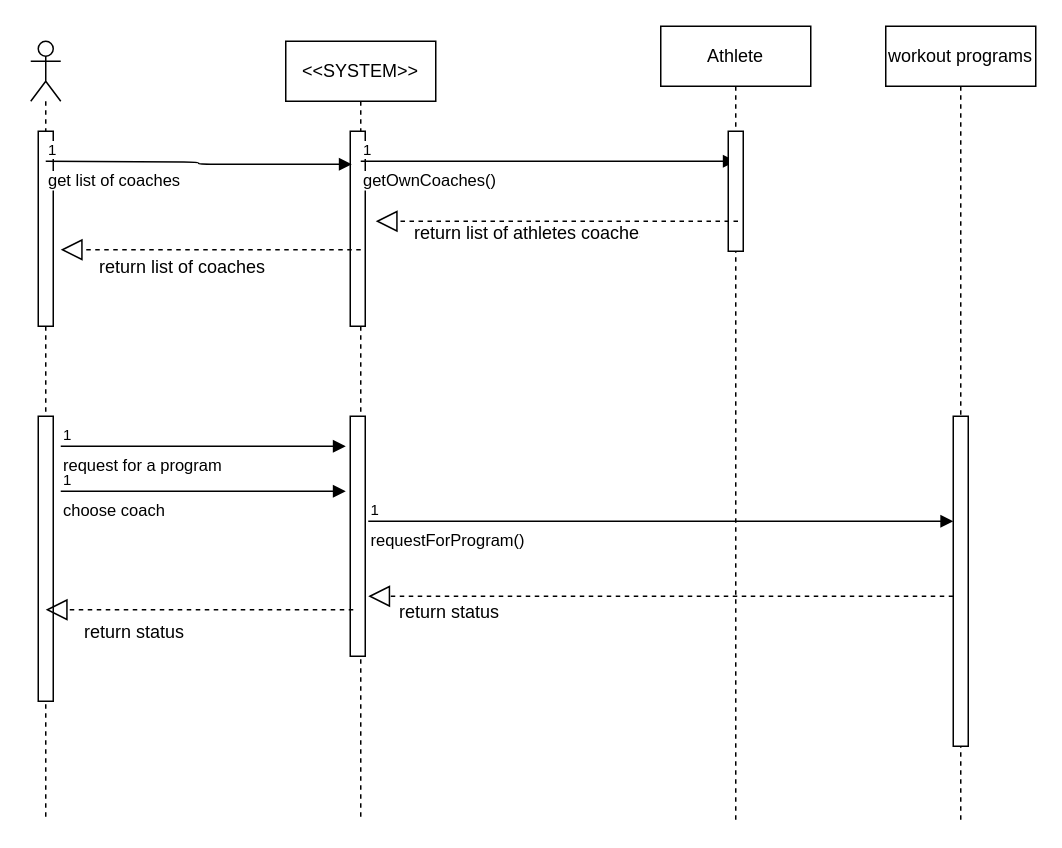
This is Behavioral Modeling/RequestforProgramSequenceDiagram.drawio from mmohajer9/sama-online-coaching-system, a draw.io file, before an edit. Source tidied: cells renumbered, new cells numbered last; positions are measured from the earlier drawing's top-left corner, leaving out a move shared by most shapes. Both pictures are drawn from the tidied source at 150%, with x=0, y=0 at pixel (30, 26).
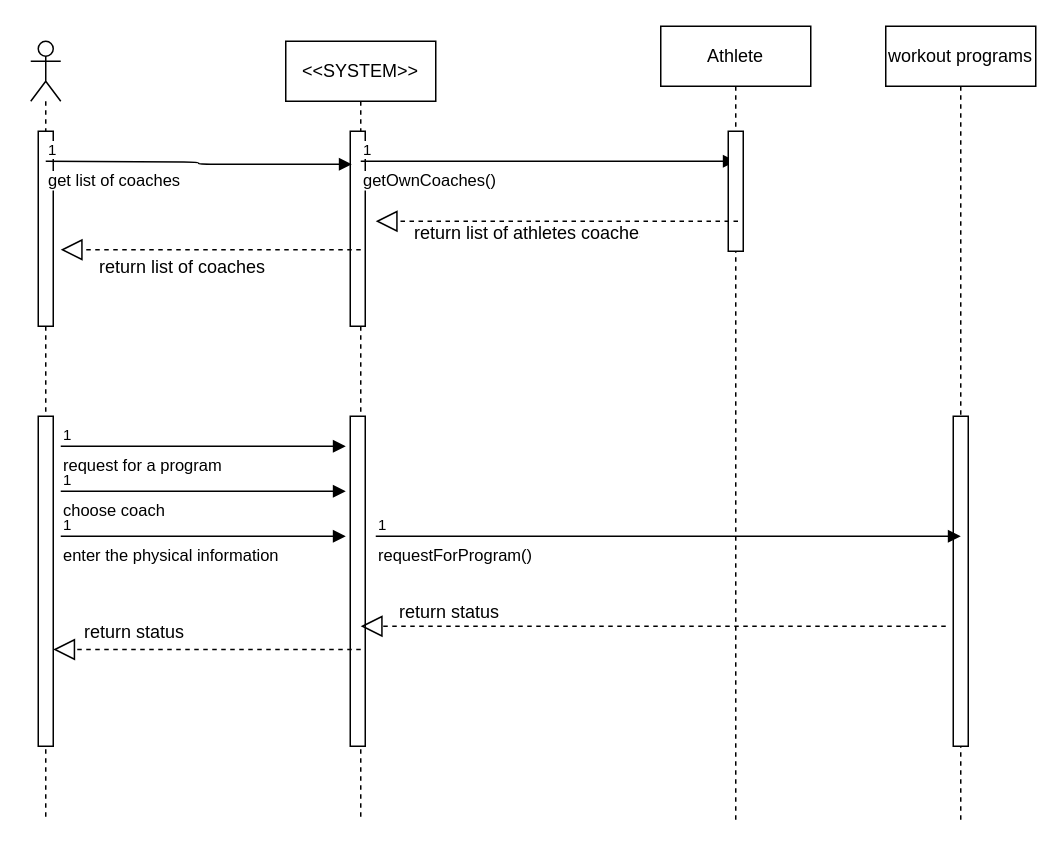
The same diagram, later.

Unchanged cells that the change refers to:
```xml
<mxCell id="2" value="&amp;lt;&amp;lt;SYSTEM&amp;gt;&amp;gt;" style="shape=umlLifeline;perimeter=lifelinePerimeter;whiteSpace=wrap;html=1;" parent="1" vertex="1">
  <mxGeometry x="170" y="10" width="100" height="520" as="geometry" />
</mxCell>
<mxCell id="5" style="shape=umlLifeline;participant=umlActor;perimeter=lifelinePerimeter;whiteSpace=wrap;html=1;verticalAlign=top;spacingTop=36;labelBackgroundColor=#ffffff;" parent="1" vertex="1">
  <mxGeometry y="10" width="20" height="520" as="geometry" />
</mxCell>
```

What changed in the source:
```diff
@@
     <mxCell id="4" style="html=1;perimeter=orthogonalPerimeter;" parent="2" vertex="1">
-      <mxGeometry x="43" y="250" width="10" height="160" as="geometry" />
+      <mxGeometry x="43" y="250" width="10" height="220" as="geometry" />
     </mxCell>
@@
     <mxCell id="9" style="html=1;perimeter=orthogonalPerimeter;" parent="5" vertex="1">
-      <mxGeometry x="5" y="250" width="10" height="190" as="geometry" />
+      <mxGeometry x="5" y="250" width="10" height="220" as="geometry" />
     </mxCell>
@@
     <mxCell id="22" style="endArrow=block;dashed=1;endFill=0;endSize=12;html=1;" parent="1" edge="1">
       <mxGeometry relative="1" as="geometry">
-        <mxPoint x="615" y="380" as="sourcePoint" />
-        <mxPoint x="225" y="380" as="targetPoint" />
+        <mxPoint x="610" y="400" as="sourcePoint" />
+        <mxPoint x="220" y="400" as="targetPoint" />
       </mxGeometry>
     </mxCell>
     <mxCell id="23" style="endArrow=block;dashed=1;endFill=0;endSize=12;html=1;" parent="1" edge="1">
       <mxGeometry relative="1" as="geometry">
-        <mxPoint x="215" y="389" as="sourcePoint" />
-        <mxPoint x="10" y="389" as="targetPoint" />
+        <mxPoint x="220" y="415.5" as="sourcePoint" />
+        <mxPoint x="15" y="415.5" as="targetPoint" />
       </mxGeometry>
     </mxCell>
     <mxCell id="24" value="requestForProgram()" style="endArrow=block;endFill=1;html=1;edgeStyle=orthogonalEdgeStyle;align=left;verticalAlign=top;" parent="1" edge="1">
       <mxGeometry x="-1" relative="1" as="geometry">
-        <mxPoint x="225" y="330" as="sourcePoint" />
-        <mxPoint x="615" y="330" as="targetPoint" />
+        <mxPoint x="230" y="340" as="sourcePoint" />
+        <mxPoint x="620" y="340" as="targetPoint" />
       </mxGeometry>
     </mxCell>
@@
+    <mxCell id="30" value="enter the physical information" style="endArrow=block;endFill=1;html=1;edgeStyle=orthogonalEdgeStyle;align=left;verticalAlign=top;" parent="1" edge="1">
+      <mxGeometry x="-1" relative="1" as="geometry">
+        <mxPoint x="20" y="340" as="sourcePoint" />
+        <mxPoint x="210" y="340" as="targetPoint" />
+      </mxGeometry>
+    </mxCell>
+    <mxCell id="31" value="1" style="html=1;align=left;verticalAlign=bottom;labelBackgroundColor=#ffffff;fontSize=10;" parent="30" vertex="1">
+      <mxGeometry x="-1" relative="1" as="geometry" />
+    </mxCell>
```
